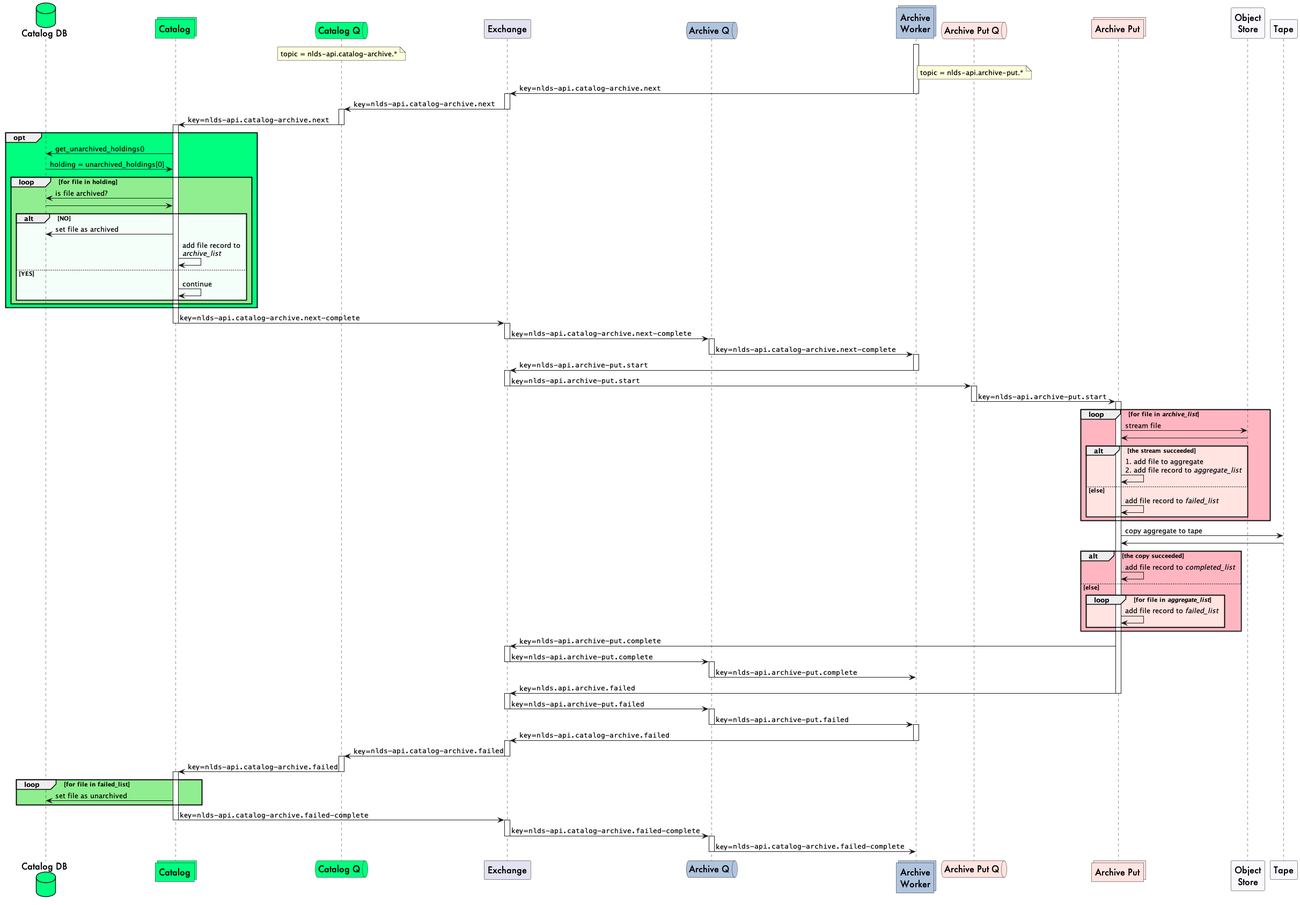
cedadev/nlds keeps this PlantUML diagram as docs/spec/uml/message_flow_archive_put.png. Above is the earlier version.
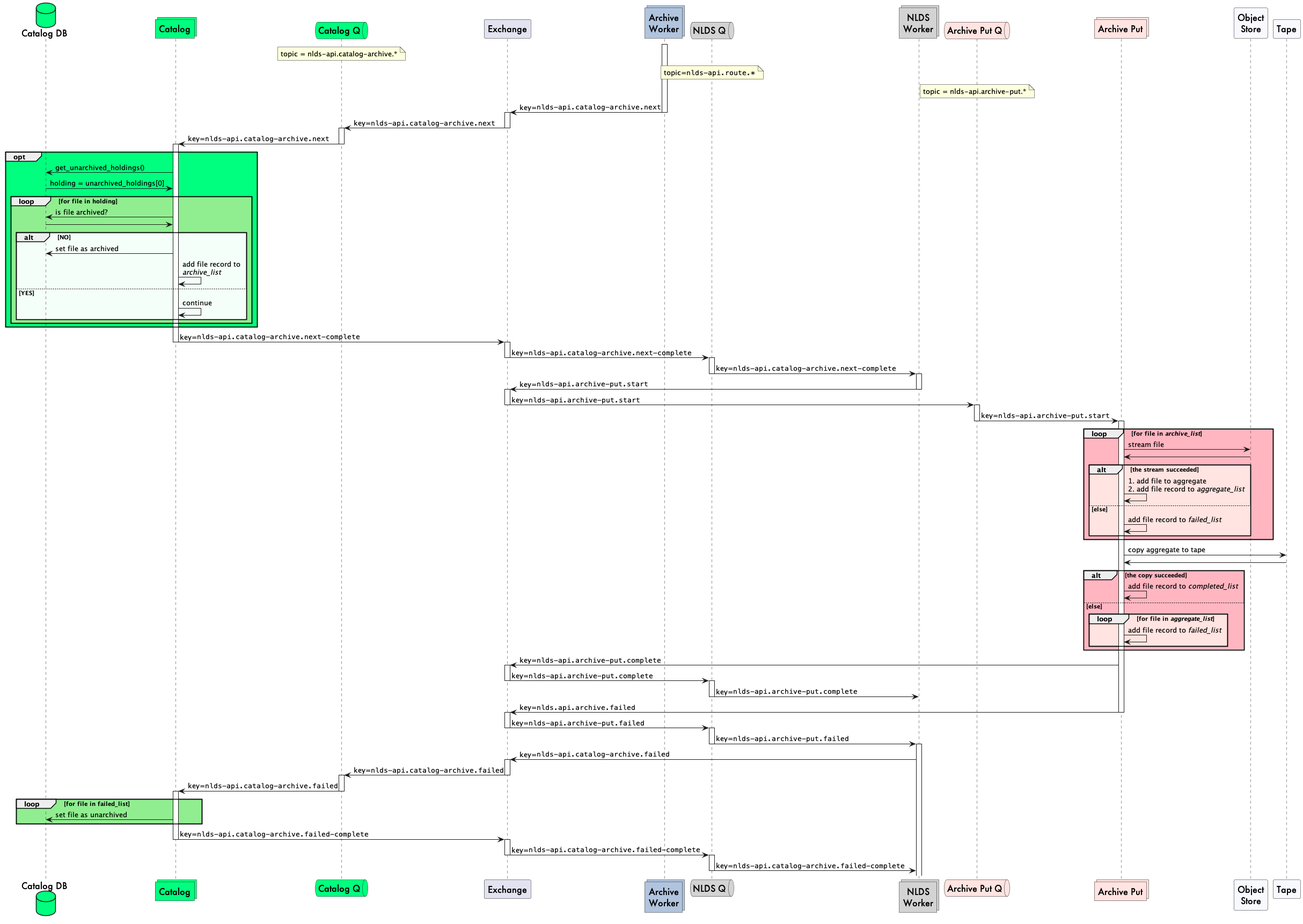
Above is the later version.

Commit message:
Changed archive_put message flow to match implementation

Diff of the diagram source:
```diff
@@ -23,9 +23,14 @@
 end note
 
 participant wex as "Exchange"
+collections archy as "Archive\nWorker" #LightSteelBlue
 
-queue aq as "Archive Q" #LightSteelBlue
-collections archy as "Archive\nWorker" #LightSteelBlue
+queue qw as "NLDS Q" #lightgrey
+note over qw
+    topic=""nlds-api.route.*""
+end note
+collections work as "NLDS\nWorker" #lightgrey
+
 
 queue qap as "Archive Put Q" #MistyRose
 note over qap
@@ -68,16 +73,16 @@
 deactivate catalog
 
 activate wex
-wex -> aq : key=""nlds-api.catalog-archive.next-complete""
+wex -> qw : key=""nlds-api.catalog-archive.next-complete""
 deactivate wex
 
-activate aq
-aq -> archy : key=""nlds-api.catalog-archive.next-complete""
-deactivate aq
+activate qw
+qw -> work : key=""nlds-api.catalog-archive.next-complete""
+deactivate qw
 
-activate archy
-archy -> wex : key=""nlds-api.archive-put.start""
-deactivate archy
+activate work
+work -> wex : key=""nlds-api.archive-put.start""
+deactivate work
 
 activate wex
 wex -> qap : key=""nlds-api.archive-put.start""
@@ -109,26 +114,26 @@
 end
 archive_puts -> wex : key=""nlds-api.archive-put.complete""
 activate wex
-wex -> aq : key=""nlds-api.archive-put.complete""
+wex -> qw : key=""nlds-api.archive-put.complete""
 deactivate wex
 
-activate aq
-aq -> archy : key=""nlds-api.archive-put.complete""
-deactivate aq
+activate qw
+qw -> work : key=""nlds-api.archive-put.complete""
+deactivate qw
 
 archive_puts -> wex : key=""nlds.api.archive.failed""
 deactivate archive_puts
 
 activate wex
-wex -> aq : key=""nlds-api.archive-put.failed""
+wex -> qw : key=""nlds-api.archive-put.failed""
 deactivate wex
 
-activate aq
-aq -> archy : key=""nlds-api.archive-put.failed""
-deactivate aq
+activate qw
+qw -> work : key=""nlds-api.archive-put.failed""
+deactivate qw
 
-activate archy
-archy -> wex : key=""nlds-api.catalog-archive.failed""
+activate work
+work -> wex : key=""nlds-api.catalog-archive.failed""
 deactivate archy
 
 activate wex
@@ -147,11 +152,11 @@
 deactivate catalog
 
 activate wex
-wex -> aq : key=""nlds-api.catalog-archive.failed-complete""
+wex -> qw : key=""nlds-api.catalog-archive.failed-complete""
 deactivate wex
 
-activate aq
-aq -> archy : key=""nlds-api.catalog-archive.failed-complete""
-deactivate aq
+activate qw
+qw -> work : key=""nlds-api.catalog-archive.failed-complete""
+deactivate qw
 
 @enduml
```
